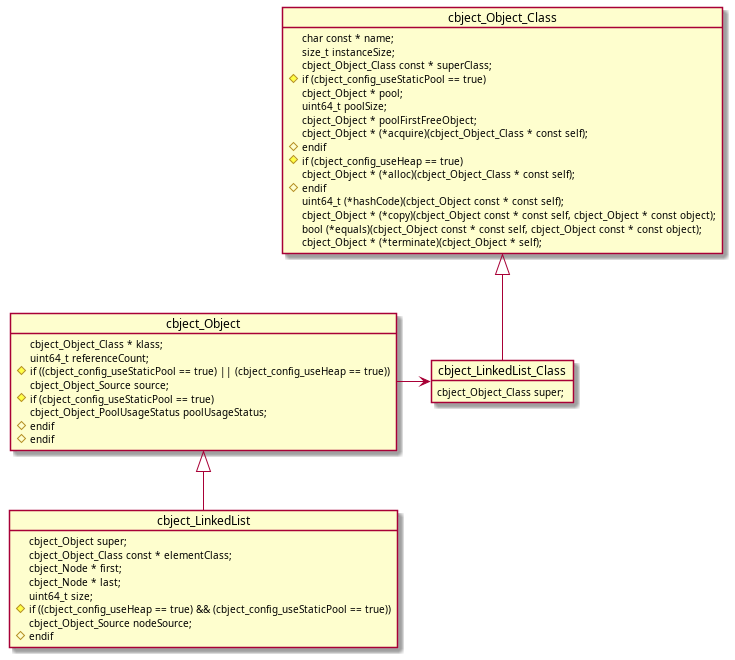
The PlantUML diagram docs/media/diag-linkedList.png in alexmarincu/Cbject, before a commit.
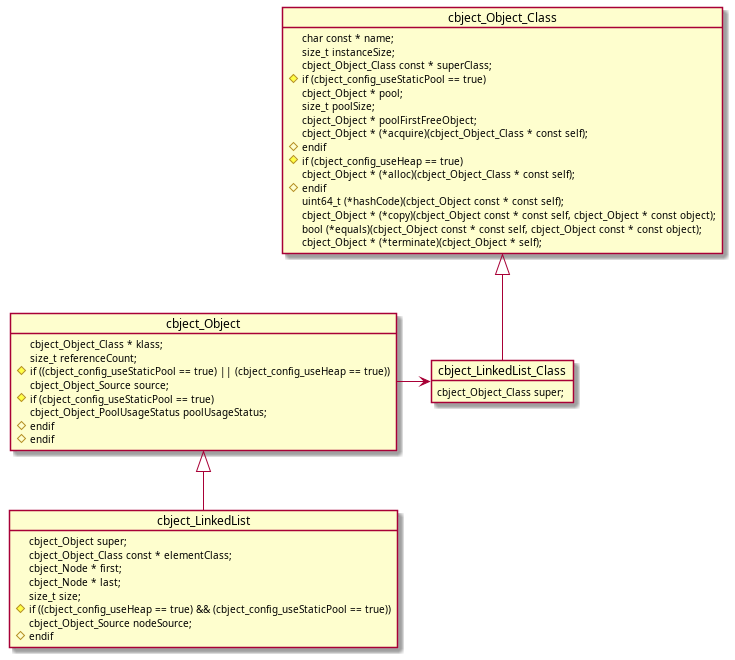
The same diagram one commit later.

Commit message:
Use size_t for size and index variables

The edit, as a diff of the source:
```diff
@@ -4,7 +4,7 @@
     cbject_Object_Class const * elementClass;
     cbject_Node * first;
     cbject_Node * last;
-    uint64_t size;
+    size_t size;
 #if ((cbject_config_useHeap == true) && (cbject_config_useStaticPool == true))
     cbject_Object_Source nodeSource;
 #endif
@@ -14,7 +14,7 @@
 }
 object cbject_Object {
     cbject_Object_Class * klass;
-    uint64_t referenceCount;
+    size_t referenceCount;
 #if ((cbject_config_useStaticPool == true) || (cbject_config_useHeap == true))
     cbject_Object_Source source;
 #if (cbject_config_useStaticPool == true)
@@ -28,7 +28,7 @@
     cbject_Object_Class const * superClass;
 #if (cbject_config_useStaticPool == true)
     cbject_Object * pool;
-    uint64_t poolSize;
+    size_t poolSize;
     cbject_Object * poolFirstFreeObject;
     cbject_Object * (*acquire)(cbject_Object_Class * const self);
 #endif
```
